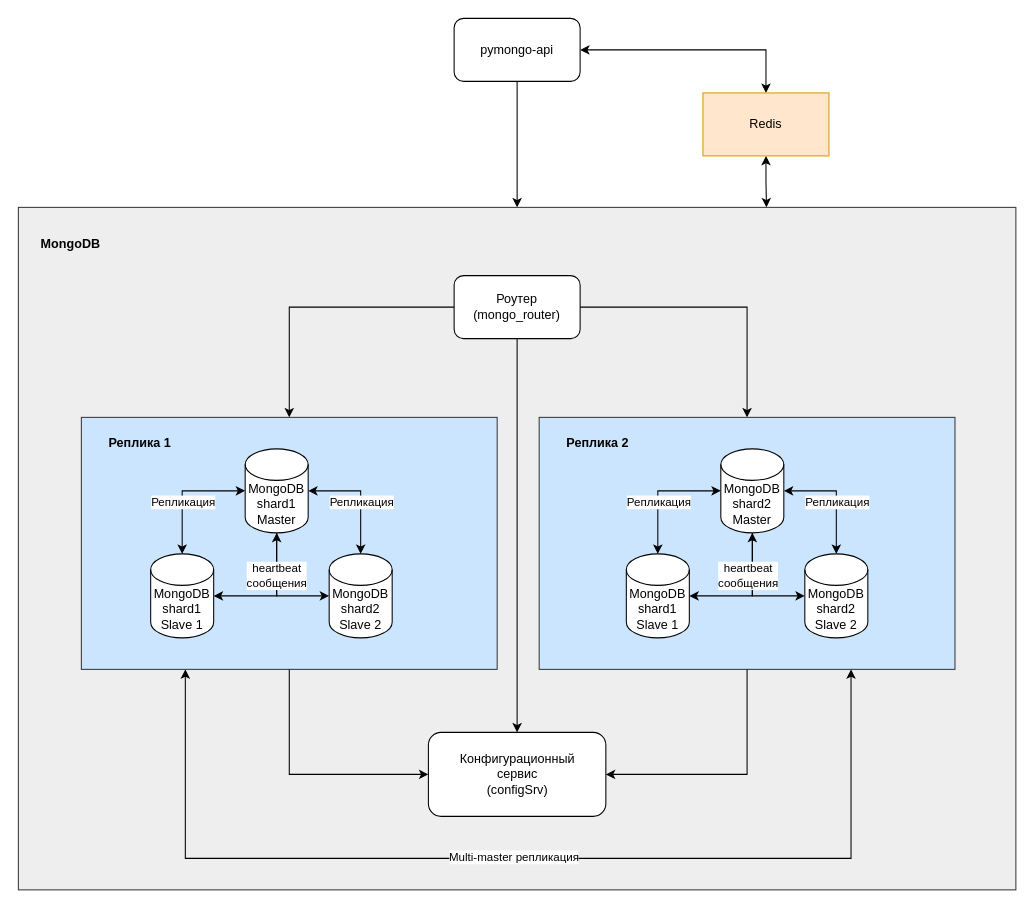
This is page "MongoDBCache" (5 of 5) of task1.drawio from AKolmakovV/architecture-sprint-2, a draw.io file, before an edit. Source tidied: cells renumbered, new cells numbered last; positions are measured from the earlier drawing's top-left corner, leaving out a move shared by most shapes. Both pictures are drawn from the tidied source at 105%, with x=0, y=0 at pixel (18, 18).
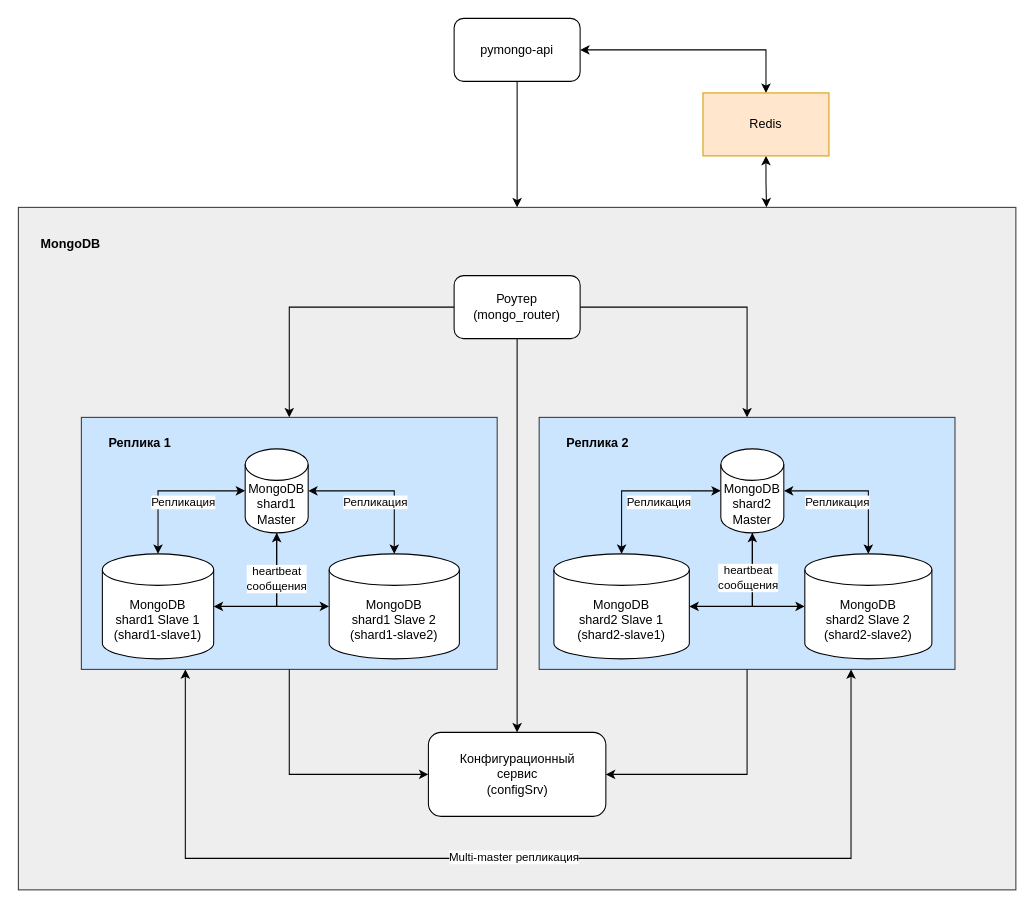
The same page after the edit.

The change refers to these unchanged cells:
```xml
<mxCell id="12" style="group;" parent="1" vertex="1">
  <mxGeometry x="60" y="380" width="832" height="240" as="geometry" />
</mxCell>
```

Diff of the diagram source:
```diff
@@
-    <mxCell id="23" value="MongoDB&lt;br&gt;shard1&lt;div&gt;Slave 1&lt;/div&gt;" style="shape=cylinder3;whiteSpace=wrap;html=1;boundedLbl=1;backgroundOutline=1;size=15;" parent="12" vertex="1">
-      <mxGeometry x="66" y="130" width="60" height="80" as="geometry" />
+    <mxCell id="23" value="MongoDB&lt;br&gt;shard1&amp;nbsp;&lt;span style=&quot;background-color: transparent; color: light-dark(rgb(0, 0, 0), rgb(255, 255, 255));&quot;&gt;Slave 1&lt;/span&gt;&lt;div&gt;(shard1-slave1)&lt;/div&gt;" style="shape=cylinder3;whiteSpace=wrap;html=1;boundedLbl=1;backgroundOutline=1;size=15;" parent="12" vertex="1">
+      <mxGeometry x="20" y="130" width="106" height="100" as="geometry" />
     </mxCell>
-    <mxCell id="24" value="MongoDB&lt;br&gt;shard2&lt;div&gt;Slave 2&lt;/div&gt;" style="shape=cylinder3;whiteSpace=wrap;html=1;boundedLbl=1;backgroundOutline=1;size=15;" parent="12" vertex="1">
-      <mxGeometry x="236" y="130" width="60" height="80" as="geometry" />
+    <mxCell id="24" value="MongoDB&lt;br&gt;shard1&amp;nbsp;&lt;span style=&quot;background-color: transparent; color: light-dark(rgb(0, 0, 0), rgb(255, 255, 255));&quot;&gt;Slave 2&lt;/span&gt;&lt;div&gt;(shard1-slave2)&lt;/div&gt;" style="shape=cylinder3;whiteSpace=wrap;html=1;boundedLbl=1;backgroundOutline=1;size=15;" parent="12" vertex="1">
+      <mxGeometry x="236" y="130" width="124" height="100" as="geometry" />
     </mxCell>
@@
-    <mxCell id="28" value="MongoDB&lt;br&gt;shard1&lt;div&gt;Slave 1&lt;/div&gt;" style="shape=cylinder3;whiteSpace=wrap;html=1;boundedLbl=1;backgroundOutline=1;size=15;" parent="12" vertex="1">
-      <mxGeometry x="519" y="130" width="60" height="80" as="geometry" />
+    <mxCell id="28" value="MongoDB&lt;br&gt;shard2&amp;nbsp;&lt;span style=&quot;background-color: transparent; color: light-dark(rgb(0, 0, 0), rgb(255, 255, 255));&quot;&gt;Slave 1&lt;/span&gt;&lt;div&gt;(shard2-slave1)&lt;/div&gt;" style="shape=cylinder3;whiteSpace=wrap;html=1;boundedLbl=1;backgroundOutline=1;size=15;" parent="12" vertex="1">
+      <mxGeometry x="450" y="130" width="129" height="100" as="geometry" />
     </mxCell>
-    <mxCell id="29" value="MongoDB&lt;br&gt;shard2&lt;div&gt;Slave 2&lt;/div&gt;" style="shape=cylinder3;whiteSpace=wrap;html=1;boundedLbl=1;backgroundOutline=1;size=15;" parent="12" vertex="1">
-      <mxGeometry x="689" y="130" width="60" height="80" as="geometry" />
+    <mxCell id="29" value="MongoDB&lt;br&gt;shard2&amp;nbsp;&lt;span style=&quot;background-color: transparent; color: light-dark(rgb(0, 0, 0), rgb(255, 255, 255));&quot;&gt;Slave 2&lt;/span&gt;&lt;div&gt;(shard2-slave2)&lt;/div&gt;" style="shape=cylinder3;whiteSpace=wrap;html=1;boundedLbl=1;backgroundOutline=1;size=15;" parent="12" vertex="1">
+      <mxGeometry x="689" y="130" width="121" height="100" as="geometry" />
     </mxCell>
```
